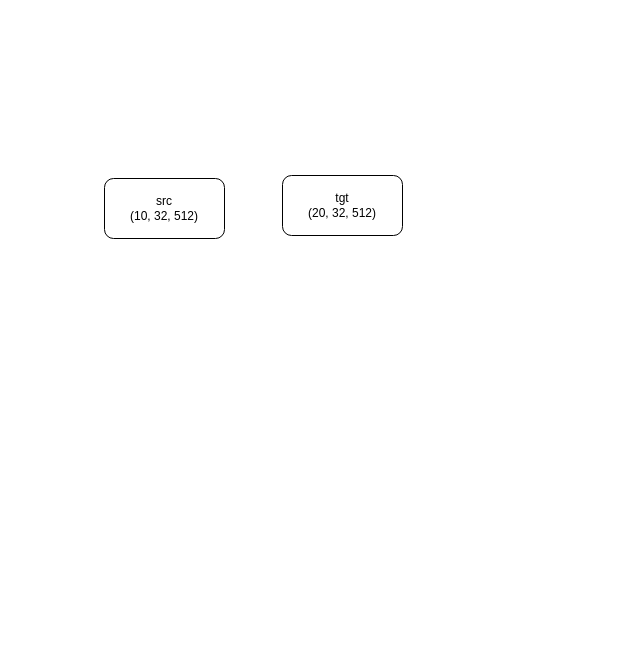
The draw.io diagram torch_trans1.drawio in wxxsusie/files, before the edit. Source tidied: cells renumbered, new cells numbered last; positions are measured from the earlier drawing's top-left corner, leaving out a move shared by most shapes. Both pictures are drawn from the tidied source at 100%, with x=0, y=0 at pixel (104, 175).
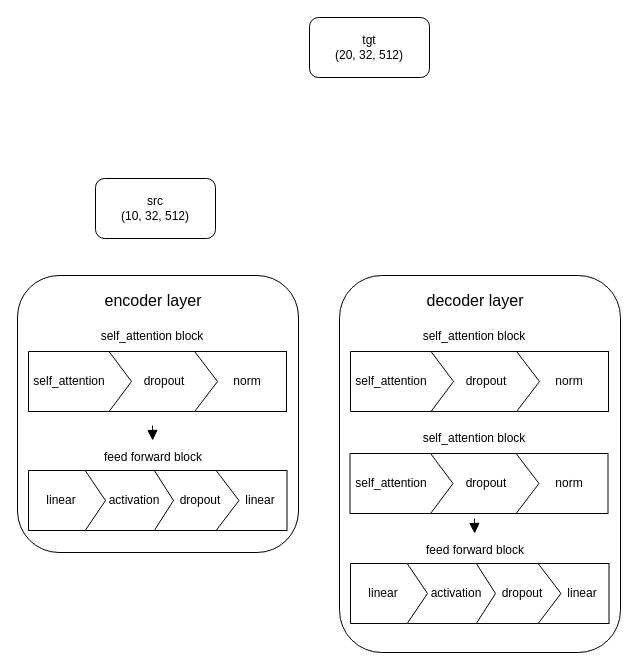
After the change.

The edit, as a diff of the source:
```diff
@@
     <mxCell id="2" value="src&lt;div&gt;(10, 32, 512)&lt;/div&gt;" style="rounded=1;whiteSpace=wrap;html=1;" parent="1" vertex="1">
-      <mxGeometry y="3" width="120" height="60" as="geometry" />
+      <mxGeometry x="-9" y="3" width="120" height="60" as="geometry" />
     </mxCell>
     <mxCell id="3" value="tgt&lt;div&gt;(20, 32, 512)&lt;/div&gt;" style="rounded=1;whiteSpace=wrap;html=1;" parent="1" vertex="1">
-      <mxGeometry x="178" width="120" height="60" as="geometry" />
+      <mxGeometry x="205" y="-158" width="120" height="60" as="geometry" />
     </mxCell>
+    <mxCell id="4" style="rounded=1;whiteSpace=wrap;html=1;" parent="1" vertex="1">
+      <mxGeometry x="-87" y="100" width="281" height="277" as="geometry" />
+    </mxCell>
+    <mxCell id="5" value="&lt;font style=&quot;font-size: 12px;&quot;&gt;self_attention block&lt;/font&gt;" style="text;html=1;align=center;verticalAlign=middle;whiteSpace=wrap;rounded=0;fontSize=16;" parent="1" vertex="1">
+      <mxGeometry x="-14" y="144" width="123.5" height="30" as="geometry" />
+    </mxCell>
+    <mxCell id="6" value="&lt;font style=&quot;font-size: 12px;&quot;&gt;feed forward block&lt;/font&gt;" style="text;html=1;align=center;verticalAlign=middle;whiteSpace=wrap;rounded=0;fontSize=16;" parent="1" vertex="1">
+      <mxGeometry x="-13.2" y="265" width="123.5" height="30" as="geometry" />
+    </mxCell>
+    <mxCell id="7" value="encoder layer" style="text;html=1;align=center;verticalAlign=middle;whiteSpace=wrap;rounded=0;fontSize=16;" parent="1" vertex="1">
+      <mxGeometry x="-11.2" y="110" width="120.2" height="30" as="geometry" />
+    </mxCell>
+    <mxCell id="8" style="rounded=0;whiteSpace=wrap;html=1;" parent="1" vertex="1">
+      <mxGeometry x="62" y="176" width="120" height="60" as="geometry" />
+    </mxCell>
+    <mxCell id="9" style="verticalLabelPosition=bottom;verticalAlign=top;html=1;shape=offPageConnector;rounded=0;size=0.21094122680101526;direction=north;" parent="1" vertex="1">
+      <mxGeometry x="4.5" y="176" width="108.5" height="60" as="geometry" />
+    </mxCell>
+    <mxCell id="10" style="verticalLabelPosition=bottom;verticalAlign=top;html=1;shape=offPageConnector;rounded=0;size=0.21788995242813258;direction=north;" parent="1" vertex="1">
+      <mxGeometry x="-76" y="176" width="103" height="60" as="geometry" />
+    </mxCell>
+    <mxCell id="11" value="&lt;font style=&quot;font-size: 12px;&quot;&gt;self_attention&lt;/font&gt;" style="text;html=1;align=center;verticalAlign=middle;whiteSpace=wrap;rounded=0;fontSize=16;" parent="1" vertex="1">
+      <mxGeometry x="-65" y="189" width="60" height="30" as="geometry" />
+    </mxCell>
+    <mxCell id="12" value="&lt;font style=&quot;font-size: 12px;&quot;&gt;dropout&lt;/font&gt;" style="text;html=1;align=center;verticalAlign=middle;whiteSpace=wrap;rounded=0;fontSize=16;" parent="1" vertex="1">
+      <mxGeometry x="30" y="189" width="60" height="30" as="geometry" />
+    </mxCell>
+    <mxCell id="13" value="&lt;font style=&quot;font-size: 12px;&quot;&gt;norm&lt;/font&gt;" style="text;html=1;align=center;verticalAlign=middle;whiteSpace=wrap;rounded=0;fontSize=16;" parent="1" vertex="1">
+      <mxGeometry x="113" y="189" width="60" height="30" as="geometry" />
+    </mxCell>
+    <mxCell id="14" style="rounded=0;whiteSpace=wrap;html=1;" parent="1" vertex="1">
+      <mxGeometry x="62.5" y="295" width="120" height="60" as="geometry" />
+    </mxCell>
+    <mxCell id="15" style="verticalLabelPosition=bottom;verticalAlign=top;html=1;shape=offPageConnector;rounded=0;size=0.21094122680101526;direction=north;" parent="1" vertex="1">
+      <mxGeometry x="26" y="295" width="108.5" height="60" as="geometry" />
+    </mxCell>
+    <mxCell id="16" style="verticalLabelPosition=bottom;verticalAlign=top;html=1;shape=offPageConnector;rounded=0;size=0.21788995242813258;direction=north;" parent="1" vertex="1">
+      <mxGeometry x="-19" y="295" width="88" height="60" as="geometry" />
+    </mxCell>
+    <mxCell id="17" value="&lt;font style=&quot;font-size: 12px;&quot;&gt;activation&lt;/font&gt;" style="text;html=1;align=center;verticalAlign=middle;whiteSpace=wrap;rounded=0;fontSize=16;" parent="1" vertex="1">
+      <mxGeometry y="307.5" width="60" height="30" as="geometry" />
+    </mxCell>
+    <mxCell id="18" value="&lt;font style=&quot;font-size: 12px;&quot;&gt;dropout&lt;/font&gt;" style="text;html=1;align=center;verticalAlign=middle;whiteSpace=wrap;rounded=0;fontSize=16;" parent="1" vertex="1">
+      <mxGeometry x="65.5" y="308" width="60" height="30" as="geometry" />
+    </mxCell>
+    <mxCell id="19" value="&lt;font style=&quot;font-size: 12px;&quot;&gt;linear&lt;/font&gt;" style="text;html=1;align=center;verticalAlign=middle;whiteSpace=wrap;rounded=0;fontSize=16;" parent="1" vertex="1">
+      <mxGeometry x="130" y="309" width="51.5" height="27" as="geometry" />
+    </mxCell>
+    <mxCell id="20" style="verticalLabelPosition=bottom;verticalAlign=top;html=1;shape=offPageConnector;rounded=0;size=0.2640463098303064;direction=north;" parent="1" vertex="1">
+      <mxGeometry x="-76" y="295" width="77" height="60" as="geometry" />
+    </mxCell>
+    <mxCell id="21" value="&lt;font style=&quot;font-size: 12px;&quot;&gt;linear&lt;/font&gt;" style="text;html=1;align=center;verticalAlign=middle;whiteSpace=wrap;rounded=0;fontSize=16;" parent="1" vertex="1">
+      <mxGeometry x="-73" y="308" width="60" height="30" as="geometry" />
+    </mxCell>
+    <mxCell id="22" style="endArrow=block;html=1;rounded=0;fontSize=12;startSize=8;endSize=8;curved=1;endFill=1;" parent="1" edge="1" target="6">
+      <mxGeometry relative="1" as="geometry">
+        <mxPoint x="48" y="250" as="sourcePoint" />
+        <Array as="points">
+          <mxPoint x="48" y="257" />
+        </Array>
+      </mxGeometry>
+    </mxCell>
+    <mxCell id="23" style="rounded=1;whiteSpace=wrap;html=1;" parent="1" vertex="1">
+      <mxGeometry x="235" y="100" width="281" height="377" as="geometry" />
+    </mxCell>
+    <mxCell id="24" value="&lt;font style=&quot;font-size: 12px;&quot;&gt;self_attention block&lt;/font&gt;" style="text;html=1;align=center;verticalAlign=middle;whiteSpace=wrap;rounded=0;fontSize=16;" parent="1" vertex="1">
+      <mxGeometry x="308" y="144" width="123.5" height="30" as="geometry" />
+    </mxCell>
+    <mxCell id="25" value="&lt;font style=&quot;font-size: 12px;&quot;&gt;feed forward block&lt;/font&gt;" style="text;html=1;align=center;verticalAlign=middle;whiteSpace=wrap;rounded=0;fontSize=16;" parent="1" vertex="1">
+      <mxGeometry x="308.8" y="358" width="123.5" height="30" as="geometry" />
+    </mxCell>
+    <mxCell id="26" value="decoder layer" style="text;html=1;align=center;verticalAlign=middle;whiteSpace=wrap;rounded=0;fontSize=16;" parent="1" vertex="1">
+      <mxGeometry x="310.8" y="110" width="120.2" height="30" as="geometry" />
+    </mxCell>
+    <mxCell id="27" style="rounded=0;whiteSpace=wrap;html=1;" parent="1" vertex="1">
+      <mxGeometry x="384" y="176" width="120" height="60" as="geometry" />
+    </mxCell>
+    <mxCell id="28" style="verticalLabelPosition=bottom;verticalAlign=top;html=1;shape=offPageConnector;rounded=0;size=0.21094122680101526;direction=north;" parent="1" vertex="1">
+      <mxGeometry x="326.5" y="176" width="108.5" height="60" as="geometry" />
+    </mxCell>
+    <mxCell id="29" style="verticalLabelPosition=bottom;verticalAlign=top;html=1;shape=offPageConnector;rounded=0;size=0.21788995242813258;direction=north;" parent="1" vertex="1">
+      <mxGeometry x="246" y="176" width="103" height="60" as="geometry" />
+    </mxCell>
+    <mxCell id="30" value="&lt;font style=&quot;font-size: 12px;&quot;&gt;self_attention&lt;/font&gt;" style="text;html=1;align=center;verticalAlign=middle;whiteSpace=wrap;rounded=0;fontSize=16;" parent="1" vertex="1">
+      <mxGeometry x="257" y="189" width="60" height="30" as="geometry" />
+    </mxCell>
+    <mxCell id="31" value="&lt;font style=&quot;font-size: 12px;&quot;&gt;dropout&lt;/font&gt;" style="text;html=1;align=center;verticalAlign=middle;whiteSpace=wrap;rounded=0;fontSize=16;" parent="1" vertex="1">
+      <mxGeometry x="352" y="189" width="60" height="30" as="geometry" />
+    </mxCell>
+    <mxCell id="32" value="&lt;font style=&quot;font-size: 12px;&quot;&gt;norm&lt;/font&gt;" style="text;html=1;align=center;verticalAlign=middle;whiteSpace=wrap;rounded=0;fontSize=16;" parent="1" vertex="1">
+      <mxGeometry x="435" y="189" width="60" height="30" as="geometry" />
+    </mxCell>
+    <mxCell id="33" style="rounded=0;whiteSpace=wrap;html=1;" parent="1" vertex="1">
+      <mxGeometry x="384.5" y="388" width="120" height="60" as="geometry" />
+    </mxCell>
+    <mxCell id="34" style="verticalLabelPosition=bottom;verticalAlign=top;html=1;shape=offPageConnector;rounded=0;size=0.21094122680101526;direction=north;" parent="1" vertex="1">
+      <mxGeometry x="348" y="388" width="108.5" height="60" as="geometry" />
+    </mxCell>
+    <mxCell id="35" style="verticalLabelPosition=bottom;verticalAlign=top;html=1;shape=offPageConnector;rounded=0;size=0.21788995242813258;direction=north;" parent="1" vertex="1">
+      <mxGeometry x="303" y="388" width="88" height="60" as="geometry" />
+    </mxCell>
+    <mxCell id="36" value="&lt;font style=&quot;font-size: 12px;&quot;&gt;activation&lt;/font&gt;" style="text;html=1;align=center;verticalAlign=middle;whiteSpace=wrap;rounded=0;fontSize=16;" parent="1" vertex="1">
+      <mxGeometry x="322" y="400.5" width="60" height="30" as="geometry" />
+    </mxCell>
+    <mxCell id="37" value="&lt;font style=&quot;font-size: 12px;&quot;&gt;dropout&lt;/font&gt;" style="text;html=1;align=center;verticalAlign=middle;whiteSpace=wrap;rounded=0;fontSize=16;" parent="1" vertex="1">
+      <mxGeometry x="387.5" y="401" width="60" height="30" as="geometry" />
+    </mxCell>
+    <mxCell id="38" value="&lt;font style=&quot;font-size: 12px;&quot;&gt;linear&lt;/font&gt;" style="text;html=1;align=center;verticalAlign=middle;whiteSpace=wrap;rounded=0;fontSize=16;" parent="1" vertex="1">
+      <mxGeometry x="452" y="402" width="51.5" height="27" as="geometry" />
+    </mxCell>
+    <mxCell id="39" style="verticalLabelPosition=bottom;verticalAlign=top;html=1;shape=offPageConnector;rounded=0;size=0.2640463098303064;direction=north;" parent="1" vertex="1">
+      <mxGeometry x="246" y="388" width="77" height="60" as="geometry" />
+    </mxCell>
+    <mxCell id="40" value="&lt;font style=&quot;font-size: 12px;&quot;&gt;linear&lt;/font&gt;" style="text;html=1;align=center;verticalAlign=middle;whiteSpace=wrap;rounded=0;fontSize=16;" parent="1" vertex="1">
+      <mxGeometry x="249" y="401" width="60" height="30" as="geometry" />
+    </mxCell>
+    <mxCell id="41" style="endArrow=block;html=1;rounded=0;fontSize=12;startSize=8;endSize=8;curved=1;endFill=1;" parent="1" edge="1" target="25">
+      <mxGeometry relative="1" as="geometry">
+        <mxPoint x="370" y="343" as="sourcePoint" />
+        <Array as="points">
+          <mxPoint x="370" y="350" />
+        </Array>
+      </mxGeometry>
+    </mxCell>
+    <mxCell id="42" value="&lt;font style=&quot;font-size: 12px;&quot;&gt;self_attention block&lt;/font&gt;" style="text;html=1;align=center;verticalAlign=middle;whiteSpace=wrap;rounded=0;fontSize=16;" parent="1" vertex="1">
+      <mxGeometry x="307.5" y="246" width="123.5" height="30" as="geometry" />
+    </mxCell>
+    <mxCell id="43" style="rounded=0;whiteSpace=wrap;html=1;" parent="1" vertex="1">
+      <mxGeometry x="383.5" y="278" width="120" height="60" as="geometry" />
+    </mxCell>
+    <mxCell id="44" style="verticalLabelPosition=bottom;verticalAlign=top;html=1;shape=offPageConnector;rounded=0;size=0.21094122680101526;direction=north;" parent="1" vertex="1">
+      <mxGeometry x="326" y="278" width="108.5" height="60" as="geometry" />
+    </mxCell>
+    <mxCell id="45" style="verticalLabelPosition=bottom;verticalAlign=top;html=1;shape=offPageConnector;rounded=0;size=0.21788995242813258;direction=north;" parent="1" vertex="1">
+      <mxGeometry x="245.5" y="278" width="103" height="60" as="geometry" />
+    </mxCell>
+    <mxCell id="46" value="&lt;font style=&quot;font-size: 12px;&quot;&gt;self_attention&lt;/font&gt;" style="text;html=1;align=center;verticalAlign=middle;whiteSpace=wrap;rounded=0;fontSize=16;" parent="1" vertex="1">
+      <mxGeometry x="256.5" y="291" width="60" height="30" as="geometry" />
+    </mxCell>
+    <mxCell id="47" value="&lt;font style=&quot;font-size: 12px;&quot;&gt;dropout&lt;/font&gt;" style="text;html=1;align=center;verticalAlign=middle;whiteSpace=wrap;rounded=0;fontSize=16;" parent="1" vertex="1">
+      <mxGeometry x="351.5" y="291" width="60" height="30" as="geometry" />
+    </mxCell>
+    <mxCell id="48" value="&lt;font style=&quot;font-size: 12px;&quot;&gt;norm&lt;/font&gt;" style="text;html=1;align=center;verticalAlign=middle;whiteSpace=wrap;rounded=0;fontSize=16;" parent="1" vertex="1">
+      <mxGeometry x="434.5" y="291" width="60" height="30" as="geometry" />
+    </mxCell>
```
